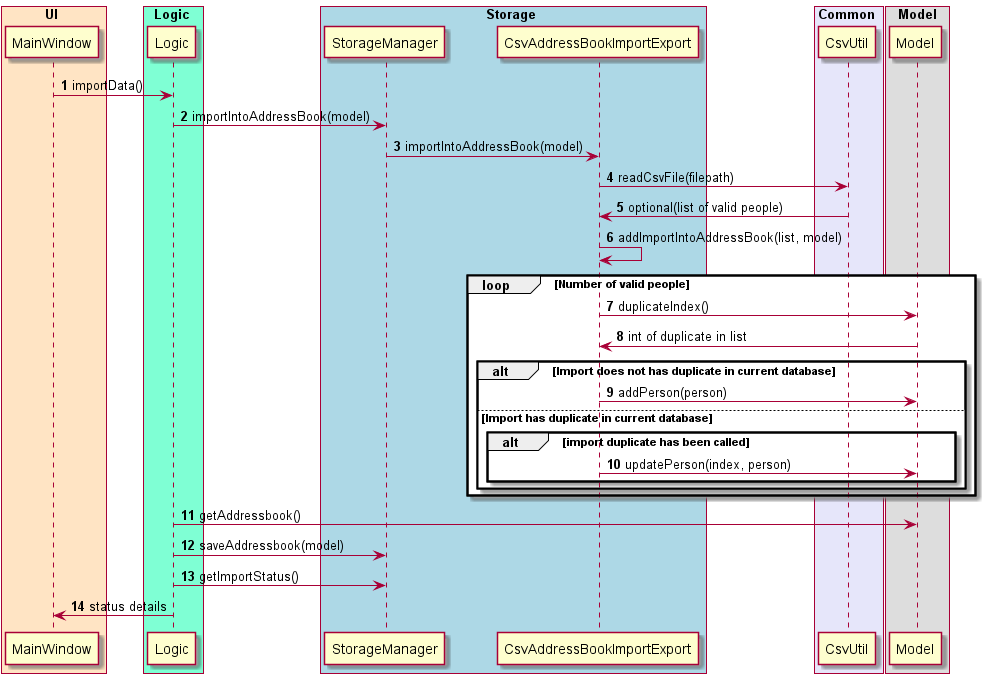
Before: docs/images/ImportCsvSequenceDiagram.png, a diagram exported from PlantUML (pranav-ganesh/tp). The source it was exported from:
```plantuml
@startuml

autonumber

participant MainWindow
participant Logic
participant CsvAddressBookImportExport
participant CsvUtil


participant Model


box UI #Bisque
    participant MainWindow
end box


box Logic #AquaMarine
    participant Logic
end box

box Storage #LightBlue
    participant StorageManager
    participant CsvAddressBookImportExport
end box
box Common #Lavender
    participant CsvUtil
end box


box Model
    participant Model
end box




MainWindow -> Logic: importData()
Logic -> StorageManager: importIntoAddressBook(model)
StorageManager -> CsvAddressBookImportExport: importIntoAddressBook(model)

CsvAddressBookImportExport -> CsvUtil: readCsvFile(filepath)

CsvAddressBookImportExport <- CsvUtil: optional(list of valid people)
CsvAddressBookImportExport -> CsvAddressBookImportExport: addImportIntoAddressBook(list, model)

loop Number of valid people
    CsvAddressBookImportExport  -> Model : duplicateIndex()

    CsvAddressBookImportExport <- Model : int of duplicate in list
    alt Import does not has duplicate in current database
        CsvAddressBookImportExport ->  Model: addPerson(person)
    else Import has duplicate in current database
        alt import duplicate has been called
                    CsvAddressBookImportExport ->  Model: updatePerson(index, person)
        end
    end
    end

Logic -> Model: getAddressbook()
Logic -> StorageManager: saveAddressbook(model)
Logic -> StorageManager: getImportStatus()

MainWindow <- Logic: status details

@enduml
```
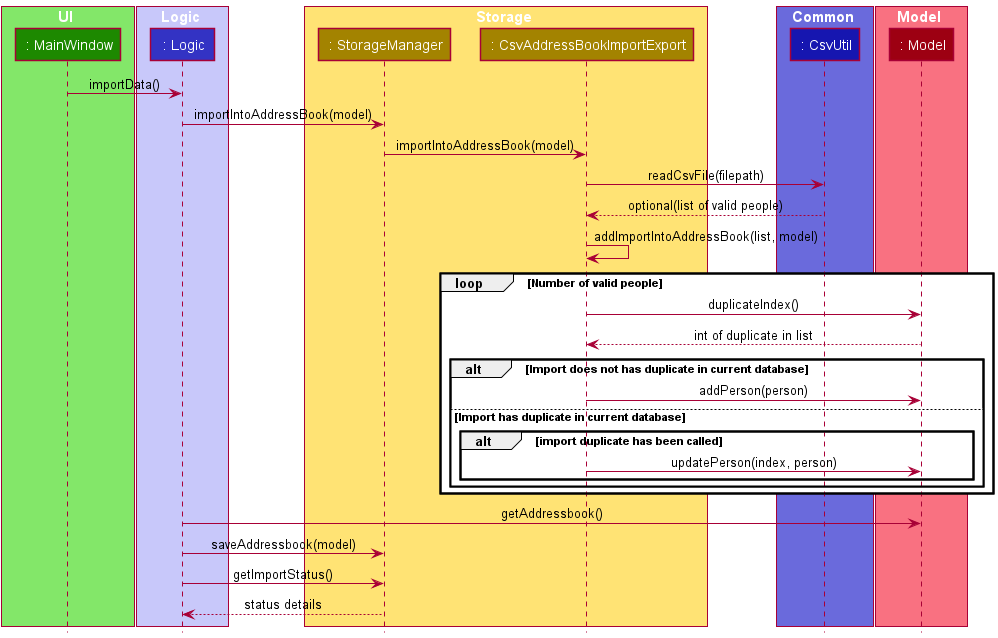
The same diagram one commit later.

What changed in the source:
```diff
@@ -1,35 +1,35 @@
 @startuml
-
-autonumber
-
-participant MainWindow
-participant Logic
-participant CsvAddressBookImportExport
-participant CsvUtil
+!include style.puml
 
 
-participant Model
+
+participant " : MainWindow" as MainWindow  UI_COLOR
+participant " : Logic" as Logic LOGIC_COLOR
+participant " : CsvAddressBookImportExport" as CsvAddressBookImportExport STORAGE_COLOR
+participant " : CsvUtil" as CsvUtil LOGIC_COLOR_T3
+participant " : StorageManager" as StorageManager STORAGE_COLOR
+participant " : Model" as Model MODEL_COLOR
 
 
-box UI #Bisque
+box UI UI_COLOR_T1
     participant MainWindow
 end box
 
 
-box Logic #AquaMarine
+box Logic LOGIC_COLOR_T1
     participant Logic
 end box
 
-box Storage #LightBlue
+box Storage STORAGE_COLOR_T1
     participant StorageManager
     participant CsvAddressBookImportExport
 end box
-box Common #Lavender
+box Common LOGIC_COLOR_T2
     participant CsvUtil
 end box
 
 
-box Model
+box Model MODEL_COLOR_T1
     participant Model
 end box
 
@@ -42,13 +42,13 @@
 
 CsvAddressBookImportExport -> CsvUtil: readCsvFile(filepath)
 
-CsvAddressBookImportExport <- CsvUtil: optional(list of valid people)
+return  optional(list of valid people)
 CsvAddressBookImportExport -> CsvAddressBookImportExport: addImportIntoAddressBook(list, model)
 
 loop Number of valid people
     CsvAddressBookImportExport  -> Model : duplicateIndex()
 
-    CsvAddressBookImportExport <- Model : int of duplicate in list
+    return int of duplicate in list
     alt Import does not has duplicate in current database
         CsvAddressBookImportExport ->  Model: addPerson(person)
     else Import has duplicate in current database
@@ -62,6 +62,6 @@
 Logic -> StorageManager: saveAddressbook(model)
 Logic -> StorageManager: getImportStatus()
 
-MainWindow <- Logic: status details
+return status details
 
 @enduml
```
